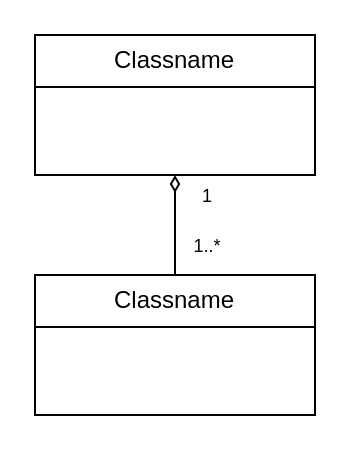
Above: Ch06/aggregation.drawio in edwinchoate/programming-foundations-oo-design (draw.io), before the change. Source tidied: cells renumbered, new cells numbered last; positions are measured from the earlier drawing's top-left corner, leaving out a move shared by most shapes. Both pictures are drawn from the tidied source at 200%, with x=0, y=0 at pixel (34, 34).
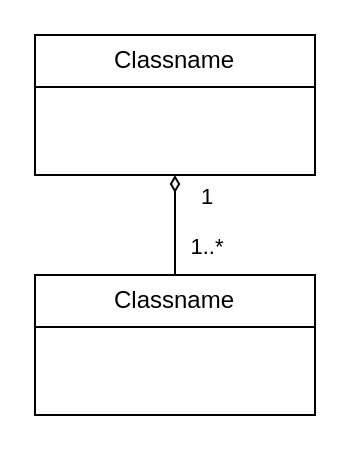
The same page after the edit.

The edit, as a diff of the source:
```diff
@@
 <mxGraphModel>
   <root>
     <mxCell id="0" />
     <mxCell id="1" parent="0" />
     <mxCell id="2" value="Classname" style="swimlane;fontStyle=0;horizontal=1;startSize=26;fillColor=none;whiteSpace=wrap;html=1;" parent="1" vertex="1">
       <mxGeometry width="140" height="70" as="geometry" />
     </mxCell>
     <mxCell id="3" style="edgeStyle=orthogonalEdgeStyle;rounded=0;jettySize=auto;html=1;entryX=0.5;entryY=1;entryDx=0;entryDy=0;endArrow=diamondThin;endFill=0;" parent="1" edge="1" source="6" target="2">
       <mxGeometry relative="1" as="geometry" />
     </mxCell>
-    <mxCell id="4" value="1" style="edgeLabel;html=1;align=center;verticalAlign=middle;fontSize=9;" parent="3" vertex="1">
+    <mxCell id="4" value="1" style="edgeLabel;html=1;align=center;verticalAlign=middle;fontSize=11;" parent="3" vertex="1">
       <mxGeometry x="0.79" y="1" relative="1" as="geometry">
         <mxPoint x="16" y="5" as="offset" />
       </mxGeometry>
     </mxCell>
-    <mxCell id="5" value="1..*" style="edgeLabel;html=1;align=center;verticalAlign=middle;fontSize=9;" parent="3" vertex="1">
+    <mxCell id="5" value="1..*" style="edgeLabel;html=1;align=center;verticalAlign=middle;fontSize=11;" parent="3" vertex="1">
       <mxGeometry x="-0.42" y="1" relative="1" as="geometry">
         <mxPoint x="16" as="offset" />
       </mxGeometry>
     </mxCell>
     <mxCell id="6" value="Classname" style="swimlane;fontStyle=0;horizontal=1;startSize=26;fillColor=none;whiteSpace=wrap;html=1;" parent="1" vertex="1">
       <mxGeometry y="120" width="140" height="70" as="geometry" />
     </mxCell>
   </root>
 </mxGraphModel>
```
